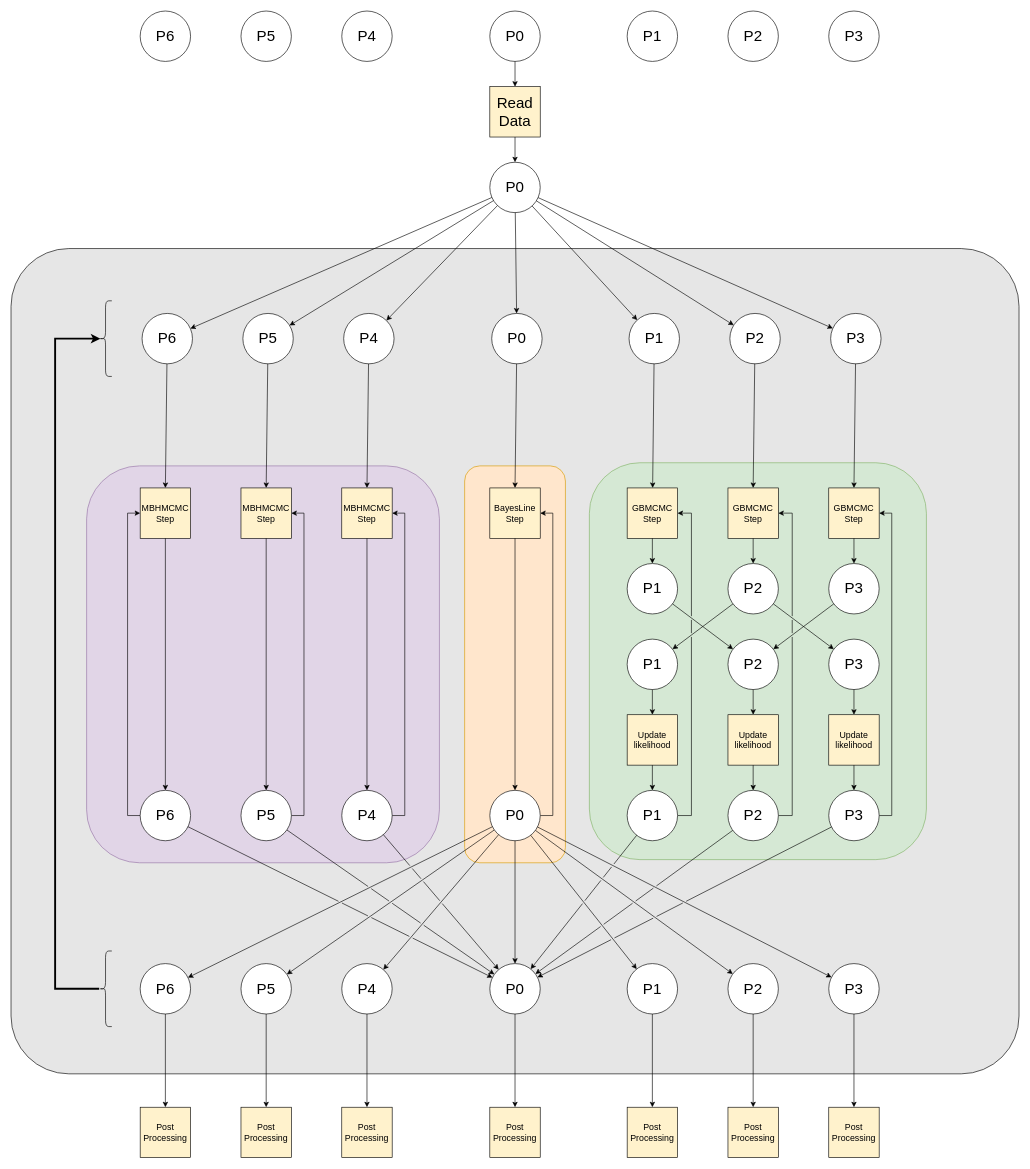
Before: GlobalFit.drawio in tlittenberg/ldasoft, a draw.io diagram. Source tidied: cells renumbered, new cells numbered last; positions are measured from the earlier drawing's top-left corner, leaving out a move shared by most shapes. Both pictures are drawn from the tidied source at 63%, with x=0, y=0 at pixel (11, 11).
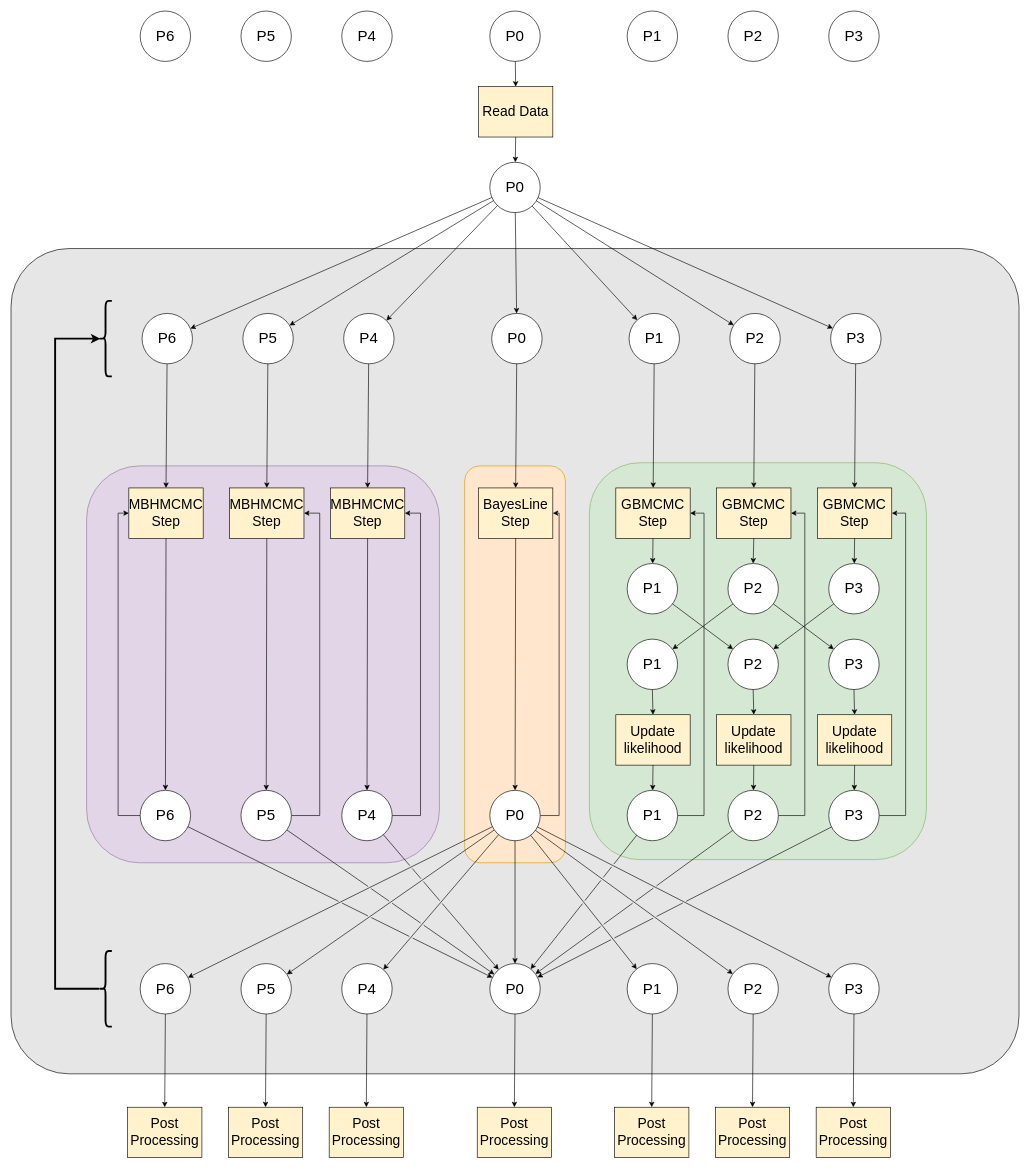
After the change.

Unchanged cells that the change refers to:
```xml
<mxCell id="23" value="P0" style="ellipse;whiteSpace=wrap;html=1;fontSize=24;" parent="1" vertex="1">
  <mxGeometry x="760" y="1237" width="80" height="80" as="geometry" />
</mxCell>
<mxCell id="46" value="P6" style="ellipse;whiteSpace=wrap;html=1;fontSize=24;" parent="1" vertex="1">
  <mxGeometry x="205" y="1237" width="80" height="80" as="geometry" />
</mxCell>
<mxCell id="48" value="P5" style="ellipse;whiteSpace=wrap;html=1;fontSize=24;" parent="1" vertex="1">
  <mxGeometry x="365" y="1237" width="80" height="80" as="geometry" />
</mxCell>
<mxCell id="50" value="P4" style="ellipse;whiteSpace=wrap;html=1;fontSize=24;" parent="1" vertex="1">
  <mxGeometry x="525" y="1237" width="80" height="80" as="geometry" />
</mxCell>
<mxCell id="99" value="P3" style="ellipse;whiteSpace=wrap;html=1;fontSize=24;" parent="1" vertex="1">
  <mxGeometry x="1298" y="1237" width="80" height="80" as="geometry" />
</mxCell>
<mxCell id="101" value="P2" style="ellipse;whiteSpace=wrap;html=1;fontSize=24;" parent="1" vertex="1">
  <mxGeometry x="1138" y="1237" width="80" height="80" as="geometry" />
</mxCell>
<mxCell id="103" value="P1" style="ellipse;whiteSpace=wrap;html=1;fontSize=24;" parent="1" vertex="1">
  <mxGeometry x="978" y="1237" width="80" height="80" as="geometry" />
</mxCell>
```

The edit, as a diff of the source:
```diff
@@
-    <mxCell id="11" value="BayesLine Step" style="rounded=0;whiteSpace=wrap;html=1;fontSize=14;fillColor=#fff2cc;" parent="1" vertex="1">
-      <mxGeometry x="760" y="757" width="80" height="80" as="geometry" />
+    <mxCell id="11" value="BayesLine Step" style="rounded=0;whiteSpace=wrap;html=1;fontSize=22;fillColor=#fff2cc;" parent="1" vertex="1">
+      <mxGeometry x="742" y="757" width="118" height="80" as="geometry" />
     </mxCell>
@@
-    <mxCell id="16" value="Read Data" style="rounded=0;whiteSpace=wrap;html=1;fontSize=24;fillColor=#fff2cc;" parent="1" vertex="1">
-      <mxGeometry x="760" y="120" width="80" height="80" as="geometry" />
+    <mxCell id="16" value="Read Data" style="rounded=0;whiteSpace=wrap;html=1;fontSize=22;fillColor=#fff2cc;" parent="1" vertex="1">
+      <mxGeometry x="742" y="120" width="118" height="80" as="geometry" />
     </mxCell>
@@
     <mxCell id="22" style="edgeStyle=orthogonalEdgeStyle;rounded=0;jumpStyle=gap;jettySize=auto;html=1;entryX=1;entryY=0.5;entryDx=0;entryDy=0;" parent="1" edge="1" source="23" target="11">
       <mxGeometry relative="1" as="geometry">
         <Array as="points">
-          <mxPoint x="860" y="1277" />
-          <mxPoint x="860" y="797" />
+          <mxPoint x="870" y="1277" />
+          <mxPoint x="870" y="797" />
         </Array>
       </mxGeometry>
     </mxCell>
@@
-    <mxCell id="39" value="MBHMCMC Step" style="rounded=0;whiteSpace=wrap;html=1;fontSize=14;fillColor=#fff2cc;" parent="1" vertex="1">
-      <mxGeometry x="205" y="757" width="80" height="80" as="geometry" />
+    <mxCell id="39" value="MBHMCMC Step" style="rounded=0;whiteSpace=wrap;html=1;fontSize=22;fillColor=#fff2cc;" parent="1" vertex="1">
+      <mxGeometry x="187" y="757" width="118" height="80" as="geometry" />
     </mxCell>
-    <mxCell id="40" value="MBHMCMC Step" style="rounded=0;whiteSpace=wrap;html=1;fontSize=14;fillColor=#fff2cc;" parent="1" vertex="1">
-      <mxGeometry x="365" y="757" width="80" height="80" as="geometry" />
+    <mxCell id="40" value="MBHMCMC Step" style="rounded=0;whiteSpace=wrap;html=1;fontSize=22;fillColor=#fff2cc;" parent="1" vertex="1">
+      <mxGeometry x="347" y="757" width="118" height="80" as="geometry" />
     </mxCell>
-    <mxCell id="41" value="MBHMCMC Step" style="rounded=0;whiteSpace=wrap;html=1;fontSize=14;fillColor=#fff2cc;" parent="1" vertex="1">
-      <mxGeometry x="525" y="757" width="80" height="80" as="geometry" />
+    <mxCell id="41" value="MBHMCMC Step" style="rounded=0;whiteSpace=wrap;html=1;fontSize=22;fillColor=#fff2cc;" parent="1" vertex="1">
+      <mxGeometry x="507" y="757" width="118" height="80" as="geometry" />
     </mxCell>
@@
     <mxCell id="45" style="edgeStyle=orthogonalEdgeStyle;rounded=0;jettySize=auto;html=1;entryX=0;entryY=0.5;entryDx=0;entryDy=0;labelBackgroundColor=none;fontSize=24;" parent="1" edge="1" source="46" target="39">
       <mxGeometry relative="1" as="geometry">
         <Array as="points">
-          <mxPoint x="185" y="1277" />
-          <mxPoint x="185" y="797" />
+          <mxPoint x="170" y="1277" />
+          <mxPoint x="170" y="797" />
         </Array>
       </mxGeometry>
     </mxCell>
@@
     <mxCell id="47" style="edgeStyle=orthogonalEdgeStyle;rounded=0;jettySize=auto;html=1;entryX=1;entryY=0.5;entryDx=0;entryDy=0;labelBackgroundColor=none;fontSize=24;" parent="1" edge="1" source="48" target="40">
       <mxGeometry relative="1" as="geometry">
         <Array as="points">
-          <mxPoint x="465" y="1277" />
-          <mxPoint x="465" y="797" />
+          <mxPoint x="490" y="1277" />
+          <mxPoint x="490" y="797" />
         </Array>
       </mxGeometry>
     </mxCell>
@@
     <mxCell id="49" style="edgeStyle=orthogonalEdgeStyle;rounded=0;jettySize=auto;html=1;entryX=1;entryY=0.5;entryDx=0;entryDy=0;labelBackgroundColor=none;fontSize=24;" parent="1" edge="1" source="50" target="41">
       <mxGeometry relative="1" as="geometry">
         <Array as="points">
-          <mxPoint x="625" y="1277" />
-          <mxPoint x="625" y="797" />
+          <mxPoint x="650" y="1277" />
+          <mxPoint x="650" y="797" />
         </Array>
       </mxGeometry>
     </mxCell>
@@
-    <mxCell id="73" value="GBMCMC Step" style="rounded=0;whiteSpace=wrap;html=1;fontSize=14;fillColor=#fff2cc;" parent="1" vertex="1">
-      <mxGeometry x="978" y="757" width="80" height="80" as="geometry" />
+    <mxCell id="73" value="GBMCMC Step" style="rounded=0;whiteSpace=wrap;html=1;fontSize=22;fillColor=#fff2cc;" parent="1" vertex="1">
+      <mxGeometry x="960" y="757" width="118" height="80" as="geometry" />
     </mxCell>
-    <mxCell id="74" value="GBMCMC Step" style="rounded=0;whiteSpace=wrap;html=1;fontSize=14;fillColor=#fff2cc;" parent="1" vertex="1">
-      <mxGeometry x="1138" y="757" width="80" height="80" as="geometry" />
+    <mxCell id="74" value="GBMCMC Step" style="rounded=0;whiteSpace=wrap;html=1;fontSize=22;fillColor=#fff2cc;" parent="1" vertex="1">
+      <mxGeometry x="1120" y="757" width="118" height="80" as="geometry" />
     </mxCell>
-    <mxCell id="75" value="GBMCMC Step" style="rounded=0;whiteSpace=wrap;html=1;fontSize=14;fillColor=#fff2cc;" parent="1" vertex="1">
-      <mxGeometry x="1298" y="757" width="80" height="80" as="geometry" />
+    <mxCell id="75" value="GBMCMC Step" style="rounded=0;whiteSpace=wrap;html=1;fontSize=22;fillColor=#fff2cc;" parent="1" vertex="1">
+      <mxGeometry x="1280" y="757" width="118" height="80" as="geometry" />
     </mxCell>
@@
-    <mxCell id="92" value="Update likelihood" style="rounded=0;whiteSpace=wrap;html=1;fontSize=14;fillColor=#fff2cc;" parent="1" vertex="1">
-      <mxGeometry x="1298" y="1117" width="80" height="80" as="geometry" />
+    <mxCell id="92" value="Update likelihood" style="rounded=0;whiteSpace=wrap;html=1;fontSize=22;fillColor=#fff2cc;" parent="1" vertex="1">
+      <mxGeometry x="1280" y="1117" width="118" height="80" as="geometry" />
     </mxCell>
-    <mxCell id="93" value="Update likelihood" style="rounded=0;whiteSpace=wrap;html=1;fontSize=14;fillColor=#fff2cc;" parent="1" vertex="1">
-      <mxGeometry x="1138" y="1117" width="80" height="80" as="geometry" />
+    <mxCell id="93" value="Update likelihood" style="rounded=0;whiteSpace=wrap;html=1;fontSize=22;fillColor=#fff2cc;" parent="1" vertex="1">
+      <mxGeometry x="1120" y="1117" width="118" height="80" as="geometry" />
     </mxCell>
-    <mxCell id="94" value="Update likelihood" style="rounded=0;whiteSpace=wrap;html=1;fontSize=14;fillColor=#fff2cc;" parent="1" vertex="1">
-      <mxGeometry x="978" y="1117" width="80" height="80" as="geometry" />
+    <mxCell id="94" value="Update likelihood" style="rounded=0;whiteSpace=wrap;html=1;fontSize=22;fillColor=#fff2cc;" parent="1" vertex="1">
+      <mxGeometry x="960" y="1117" width="118" height="80" as="geometry" />
     </mxCell>
@@
     <mxCell id="98" style="edgeStyle=orthogonalEdgeStyle;rounded=0;jumpStyle=gap;jettySize=auto;html=1;entryX=1;entryY=0.5;entryDx=0;entryDy=0;" parent="1" edge="1" source="99" target="75">
       <mxGeometry relative="1" as="geometry">
         <Array as="points">
-          <mxPoint x="1398" y="1277" />
-          <mxPoint x="1398" y="797" />
+          <mxPoint x="1420" y="1277" />
+          <mxPoint x="1420" y="797" />
         </Array>
       </mxGeometry>
     </mxCell>
@@
     <mxCell id="100" style="edgeStyle=orthogonalEdgeStyle;rounded=0;jumpStyle=gap;jettySize=auto;html=1;entryX=1;entryY=0.5;entryDx=0;entryDy=0;" parent="1" edge="1" source="101" target="74">
       <mxGeometry relative="1" as="geometry">
         <Array as="points">
-          <mxPoint x="1240" y="1277" />
-          <mxPoint x="1240" y="797" />
+          <mxPoint x="1260" y="1277" />
+          <mxPoint x="1260" y="797" />
         </Array>
       </mxGeometry>
     </mxCell>
@@
     <mxCell id="102" style="edgeStyle=orthogonalEdgeStyle;rounded=0;jumpStyle=gap;jettySize=auto;html=1;entryX=1;entryY=0.5;entryDx=0;entryDy=0;" parent="1" edge="1" source="103" target="73">
       <mxGeometry relative="1" as="geometry">
         <Array as="points">
-          <mxPoint x="1080" y="1277" />
-          <mxPoint x="1080" y="797" />
+          <mxPoint x="1100" y="1277" />
+          <mxPoint x="1100" y="797" />
         </Array>
       </mxGeometry>
     </mxCell>
@@
-    <mxCell id="114" style="shape=curlyBracket;whiteSpace=wrap;html=1;rounded=1;strokeColor=#000000;fillColor=#E6E6E6;" parent="1" vertex="1">
+    <mxCell id="114" style="shape=curlyBracket;whiteSpace=wrap;html=1;rounded=1;strokeColor=#000000;fillColor=#E6E6E6;strokeWidth=3;" parent="1" vertex="1">
       <mxGeometry x="140" y="1492" width="20" height="120" as="geometry" />
     </mxCell>
-    <mxCell id="115" style="shape=curlyBracket;whiteSpace=wrap;html=1;rounded=1;strokeColor=#000000;fillColor=#E6E6E6;" parent="1" vertex="1">
+    <mxCell id="115" style="shape=curlyBracket;whiteSpace=wrap;html=1;rounded=1;strokeColor=#000000;fillColor=#E6E6E6;strokeWidth=3;" parent="1" vertex="1">
       <mxGeometry x="140" y="460" width="20" height="120" as="geometry" />
     </mxCell>
-    <mxCell id="116" value="Post Processing" style="rounded=0;whiteSpace=wrap;html=1;fontSize=14;fillColor=#fff2cc;" parent="1" vertex="1">
-      <mxGeometry x="205" y="1740" width="80" height="80" as="geometry" />
+    <mxCell id="116" value="Post Processing" style="rounded=0;whiteSpace=wrap;html=1;fontSize=22;fillColor=#fff2cc;" parent="1" vertex="1">
+      <mxGeometry x="185" y="1740" width="118" height="80" as="geometry" />
     </mxCell>
-    <mxCell id="117" value="Post Processing" style="rounded=0;whiteSpace=wrap;html=1;fontSize=14;fillColor=#fff2cc;" parent="1" vertex="1">
-      <mxGeometry x="365" y="1740" width="80" height="80" as="geometry" />
+    <mxCell id="117" value="Post Processing" style="rounded=0;whiteSpace=wrap;html=1;fontSize=22;fillColor=#fff2cc;" parent="1" vertex="1">
+      <mxGeometry x="345" y="1740" width="118" height="80" as="geometry" />
     </mxCell>
-    <mxCell id="118" value="Post Processing" style="rounded=0;whiteSpace=wrap;html=1;fontSize=14;fillColor=#fff2cc;" parent="1" vertex="1">
-      <mxGeometry x="525" y="1740" width="80" height="80" as="geometry" />
+    <mxCell id="118" value="Post Processing" style="rounded=0;whiteSpace=wrap;html=1;fontSize=22;fillColor=#fff2cc;" parent="1" vertex="1">
+      <mxGeometry x="505" y="1740" width="118" height="80" as="geometry" />
     </mxCell>
-    <mxCell id="119" value="Post Processing" style="rounded=0;whiteSpace=wrap;html=1;fontSize=14;fillColor=#fff2cc;" parent="1" vertex="1">
-      <mxGeometry x="760" y="1740" width="80" height="80" as="geometry" />
+    <mxCell id="119" value="Post Processing" style="rounded=0;whiteSpace=wrap;html=1;fontSize=22;fillColor=#fff2cc;" parent="1" vertex="1">
+      <mxGeometry x="740" y="1740" width="118" height="80" as="geometry" />
     </mxCell>
-    <mxCell id="120" value="Post Processing" style="rounded=0;whiteSpace=wrap;html=1;fontSize=14;fillColor=#fff2cc;" parent="1" vertex="1">
-      <mxGeometry x="978" y="1740" width="80" height="80" as="geometry" />
+    <mxCell id="120" value="Post Processing" style="rounded=0;whiteSpace=wrap;html=1;fontSize=22;fillColor=#fff2cc;" parent="1" vertex="1">
+      <mxGeometry x="958" y="1740" width="118" height="80" as="geometry" />
     </mxCell>
-    <mxCell id="121" value="Post Processing" style="rounded=0;whiteSpace=wrap;html=1;fontSize=14;fillColor=#fff2cc;" parent="1" vertex="1">
-      <mxGeometry x="1138" y="1740" width="80" height="80" as="geometry" />
+    <mxCell id="121" value="Post Processing" style="rounded=0;whiteSpace=wrap;html=1;fontSize=22;fillColor=#fff2cc;" parent="1" vertex="1">
+      <mxGeometry x="1118" y="1740" width="118" height="80" as="geometry" />
     </mxCell>
-    <mxCell id="122" value="Post Processing" style="rounded=0;whiteSpace=wrap;html=1;fontSize=14;fillColor=#fff2cc;" parent="1" vertex="1">
-      <mxGeometry x="1298" y="1740" width="80" height="80" as="geometry" />
+    <mxCell id="122" value="Post Processing" style="rounded=0;whiteSpace=wrap;html=1;fontSize=22;fillColor=#fff2cc;" parent="1" vertex="1">
+      <mxGeometry x="1278" y="1740" width="118" height="80" as="geometry" />
     </mxCell>
```
